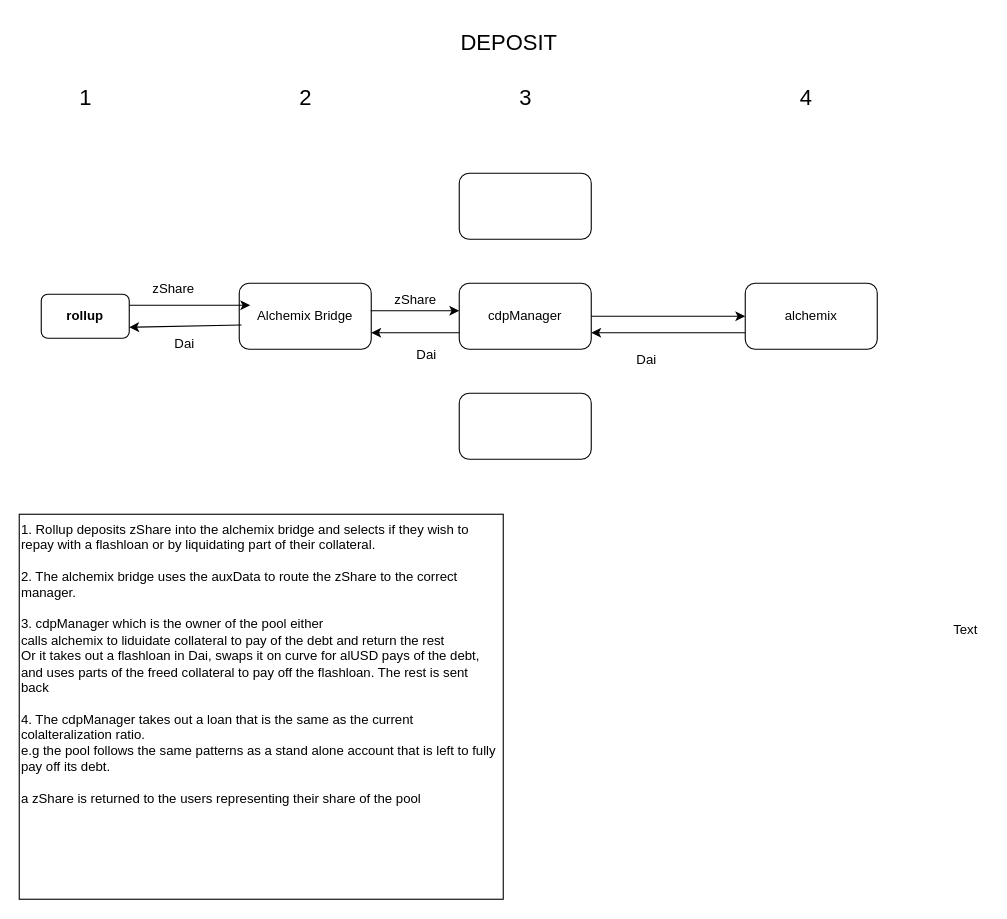
Before: page "Page-2" (2 of 2) of al.drawio in tajobin/Diagrams, a draw.io diagram. Source tidied: cells renumbered, new cells numbered last; positions are measured from the earlier drawing's top-left corner, leaving out a move shared by most shapes. Both pictures are drawn from the tidied source at 110%, with x=0, y=0 at pixel (19, 19).
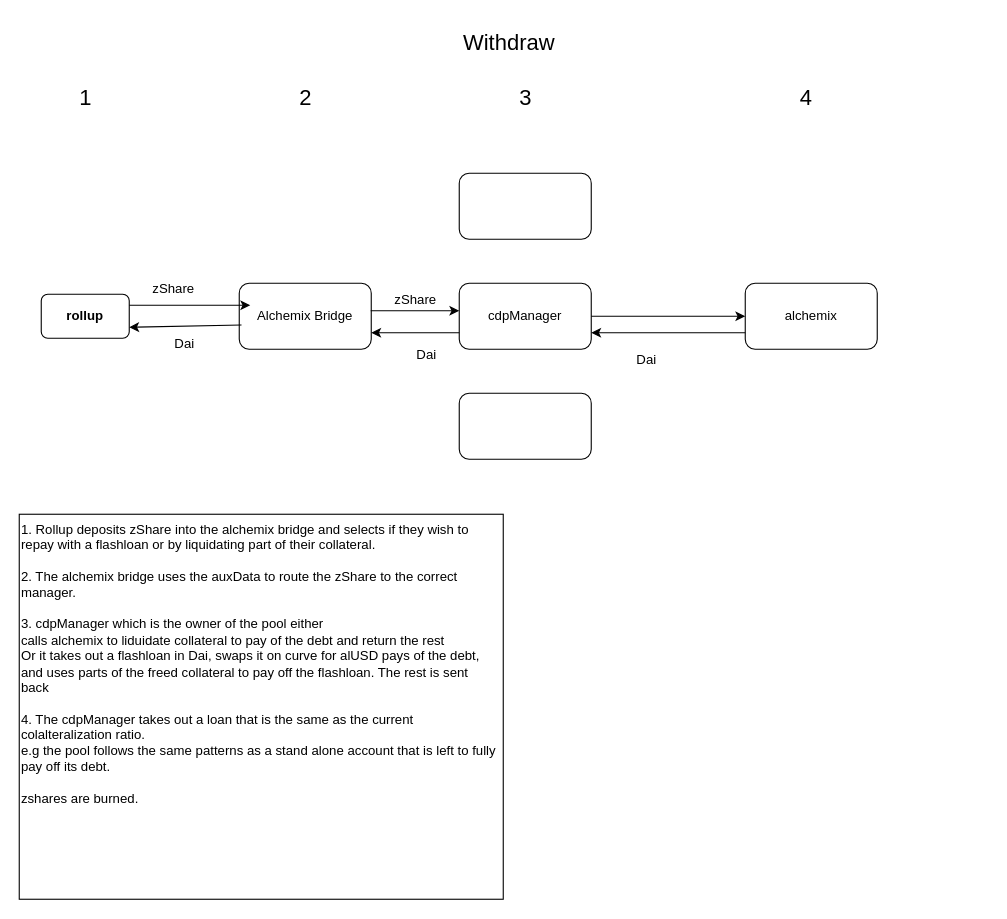
After the change.

What changed in the source:
```diff
@@
-    <mxCell id="14" value="DEPOSIT" style="text;html=1;align=center;verticalAlign=middle;strokeColor=none;fillColor=none;fontSize=20;" parent="1" vertex="1">
+    <mxCell id="14" value="Withdraw" style="text;html=1;align=center;verticalAlign=middle;strokeColor=none;fillColor=none;fontSize=20;" parent="1" vertex="1">
       <mxGeometry x="390" width="110" height="40" as="geometry" />
     </mxCell>
@@
-    <mxCell id="25" value="Text" style="text;html=1;align=center;verticalAlign=middle;fillColor=none;strokeColor=none;rounded=0;fontSize=12;" parent="1" vertex="1">
-      <mxGeometry x="840" y="545" width="40" height="20" as="geometry" />
-    </mxCell>
-    <mxCell id="26" value="1. Rollup deposits zShare into the alchemix bridge and selects if they wish to repay with a flashloan or by liquidating part of their collateral.&lt;br&gt;&lt;br&gt;2. The alchemix bridge uses the auxData to route the zShare to the correct manager.&lt;br&gt;&lt;br&gt;3. cdpManager which is the owner of the pool either&lt;br&gt;calls alchemix to liduidate collateral to pay of the debt and return the rest&lt;br&gt;Or it takes out a flashloan in Dai, swaps it on curve for alUSD pays of the debt, and uses parts of the freed collateral to pay off the flashloan. The rest is sent back&amp;nbsp;&lt;br&gt;&lt;br&gt;4. The cdpManager takes out a loan that is the same as the current colalteralization ratio.&lt;br&gt;e.g the pool follows the same patterns as a stand alone account that is left to fully pay off its debt.&lt;br&gt;&lt;br&gt;a zShare is returned to the users representing their share of the pool&lt;br&gt;&lt;br&gt;&lt;br&gt;" style="rounded=0;whiteSpace=wrap;html=1;fontSize=12;verticalAlign=top;align=left;" parent="1" vertex="1">
+    <mxCell id="26" value="1. Rollup deposits zShare into the alchemix bridge and selects if they wish to repay with a flashloan or by liquidating part of their collateral.&lt;br&gt;&lt;br&gt;2. The alchemix bridge uses the auxData to route the zShare to the correct manager.&lt;br&gt;&lt;br&gt;3. cdpManager which is the owner of the pool either&lt;br&gt;calls alchemix to liduidate collateral to pay of the debt and return the rest&lt;br&gt;Or it takes out a flashloan in Dai, swaps it on curve for alUSD pays of the debt, and uses parts of the freed collateral to pay off the flashloan. The rest is sent back&amp;nbsp;&lt;br&gt;&lt;br&gt;4. The cdpManager takes out a loan that is the same as the current colalteralization ratio.&lt;br&gt;e.g the pool follows the same patterns as a stand alone account that is left to fully pay off its debt.&lt;br&gt;&lt;br&gt;zshares are burned.&lt;br&gt;&lt;br&gt;" style="rounded=0;whiteSpace=wrap;html=1;fontSize=12;verticalAlign=top;align=left;" parent="1" vertex="1">
       <mxGeometry y="450" width="440" height="350" as="geometry" />
     </mxCell>
```
